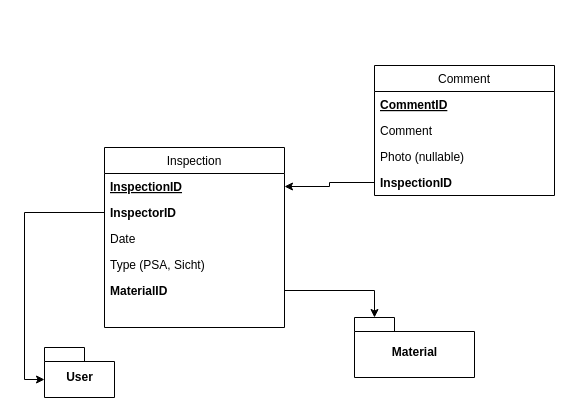
Earlier version of the draw.io diagram page "Inspection Modul" (4 of 6) of docs/entity-relationship.drawio (jneuendorf/material-manager). Source tidied: cells renumbered, new cells numbered last; positions are measured from the earlier drawing's top-left corner, leaving out a move shared by most shapes. Both pictures are drawn from the tidied source at 100%, with x=0, y=0 at pixel (44, 65).
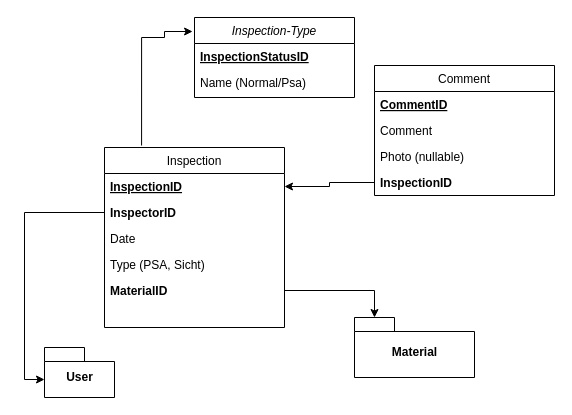
The same diagram, later.

Commit message (it also covers changes not shown here):
changed draw.io and added data base name idea

The change refers to these unchanged cells:
```xml
<mxCell id="2" value="Inspection" style="swimlane;fontStyle=0;align=center;verticalAlign=top;horizontal=1;startSize=26;rounded=0;shadow=0;strokeWidth=1;" parent="1" vertex="1">
  <mxGeometry x="60" y="82" width="180" height="180" as="geometry" />
</mxCell>
```

Change to the diagram source:
```diff
@@
+    <mxCell id="18" value="Inspection-Type" style="swimlane;fontStyle=2;align=center;verticalAlign=top;horizontal=1;startSize=26;rounded=0;shadow=0;strokeWidth=1;" parent="1" vertex="1">
+      <mxGeometry x="150" y="-48" width="160" height="80" as="geometry" />
+    </mxCell>
+    <mxCell id="19" value="InspectionStatusID" style="text;align=left;verticalAlign=top;spacingLeft=4;spacingRight=4;overflow=hidden;fontStyle=5;" parent="18" vertex="1">
+      <mxGeometry y="26" width="160" height="26" as="geometry" />
+    </mxCell>
+    <mxCell id="20" value="Name (Normal/Psa)" style="text;align=left;verticalAlign=top;spacingLeft=4;spacingRight=4;overflow=hidden;rounded=0;shadow=0;html=0;" parent="18" vertex="1">
+      <mxGeometry y="52" width="160" height="26" as="geometry" />
+    </mxCell>
+    <mxCell id="21" style="edgeStyle=orthogonalEdgeStyle;rounded=0;jettySize=auto;html=1;exitX=0.206;exitY=-0.011;exitDx=0;exitDy=0;exitPerimeter=0;entryX=-0.012;entryY=0.175;entryDx=0;entryDy=0;entryPerimeter=0;" parent="1" edge="1" source="2" target="18">
+      <mxGeometry relative="1" as="geometry">
+        <Array as="points">
+          <mxPoint x="97" y="-28" />
+          <mxPoint x="120" y="-28" />
+          <mxPoint x="120" y="-34" />
+        </Array>
+      </mxGeometry>
+    </mxCell>
```
